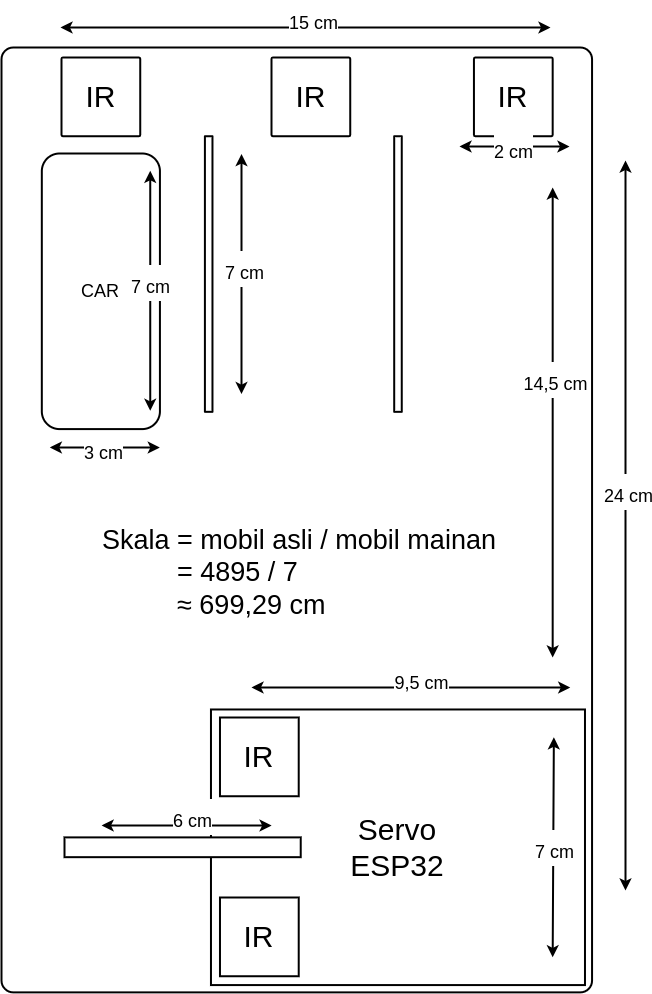
Before: project/img/sketch.png, a diagram exported from draw.io (syukrillah0108/Parkir). Source tidied: cells renumbered, new cells last; positions are measured from the earlier drawing's top-left corner, leaving out a move shared by most shapes. The source it was exported from:
```xml
<mxGraphModel>
  <root>
    <mxCell id="0" />
    <mxCell id="1" parent="0" />
    <mxCell id="2" style="rounded=1;whiteSpace=wrap;html=1;strokeWidth=2;arcSize=2;" parent="1" vertex="1">
      <mxGeometry y="20" width="590.5" height="944.9" as="geometry" />
    </mxCell>
    <mxCell id="3" value="IR" style="rounded=1;whiteSpace=wrap;html=1;strokeWidth=2;fontSize=30;arcSize=2;" parent="1" vertex="1">
      <mxGeometry x="60" y="30" width="78.7" height="78.7" as="geometry" />
    </mxCell>
    <mxCell id="4" value="Servo&lt;br&gt;ESP32" style="rounded=0;whiteSpace=wrap;html=1;strokeWidth=2;fontSize=30;" parent="1" vertex="1">
      <mxGeometry x="209.5" y="682" width="374" height="275.6" as="geometry" />
    </mxCell>
    <mxCell id="5" value="IR" style="rounded=0;whiteSpace=wrap;html=1;strokeWidth=2;fontSize=30;" parent="1" vertex="1">
      <mxGeometry x="218.5" y="690" width="78.7" height="78.7" as="geometry" />
    </mxCell>
    <mxCell id="6" style="rounded=0;whiteSpace=wrap;html=1;strokeWidth=2;fontSize=30;" parent="1" vertex="1">
      <mxGeometry x="63" y="809.9" width="236.2" height="19.8" as="geometry" />
    </mxCell>
    <mxCell id="7" style="rounded=1;whiteSpace=wrap;html=1;strokeWidth=2;fontSize=49;arcSize=2;" parent="1" vertex="1">
      <mxGeometry x="203.4" y="108.7" width="7.6" height="275.6" as="geometry" />
    </mxCell>
    <mxCell id="8" style="rounded=1;whiteSpace=wrap;html=1;strokeWidth=2;fontSize=49;arcSize=2;" parent="1" vertex="1">
      <mxGeometry x="392.7" y="108.7" width="7.6" height="275.6" as="geometry" />
    </mxCell>
    <mxCell id="9" value="IR" style="rounded=1;whiteSpace=wrap;html=1;strokeWidth=2;fontSize=30;arcSize=2;" parent="1" vertex="1">
      <mxGeometry x="270" y="30" width="78.7" height="78.7" as="geometry" />
    </mxCell>
    <mxCell id="10" value="IR" style="rounded=1;whiteSpace=wrap;html=1;strokeWidth=2;fontSize=30;arcSize=2;" parent="1" vertex="1">
      <mxGeometry x="472.4" y="30" width="78.7" height="78.7" as="geometry" />
    </mxCell>
    <mxCell id="11" style="endArrow=classic;startArrow=classic;html=1;fontSize=30;strokeWidth=2;" parent="1" edge="1">
      <mxGeometry relative="1" as="geometry">
        <mxPoint x="240" y="366.5" as="sourcePoint" />
        <mxPoint x="240" y="126.5" as="targetPoint" />
      </mxGeometry>
    </mxCell>
    <mxCell id="12" value="&lt;font style=&quot;font-size: 18px;&quot;&gt;7 cm&lt;/font&gt;" style="edgeLabel;html=1;align=center;verticalAlign=middle;fontSize=30;" parent="11" vertex="1">
      <mxGeometry x="0.33" y="-2" relative="1" as="geometry">
        <mxPoint y="33" as="offset" />
      </mxGeometry>
    </mxCell>
    <mxCell id="13" style="endArrow=classic;startArrow=classic;html=1;fontSize=30;strokeWidth=2;" parent="1" edge="1">
      <mxGeometry relative="1" as="geometry">
        <mxPoint x="568" y="119" as="sourcePoint" />
        <mxPoint x="458" y="119" as="targetPoint" />
      </mxGeometry>
    </mxCell>
    <mxCell id="14" value="&lt;font style=&quot;font-size: 18px;&quot;&gt;2 cm&lt;/font&gt;" style="edgeLabel;html=1;align=center;verticalAlign=middle;fontSize=30;" parent="13" vertex="1">
      <mxGeometry x="0.33" y="-2" relative="1" as="geometry">
        <mxPoint x="16" y="2" as="offset" />
      </mxGeometry>
    </mxCell>
    <mxCell id="15" style="endArrow=classic;startArrow=classic;html=1;fontSize=30;strokeWidth=2;" parent="1" edge="1">
      <mxGeometry relative="1" as="geometry">
        <mxPoint x="549" as="sourcePoint" />
        <mxPoint x="59" as="targetPoint" />
      </mxGeometry>
    </mxCell>
    <mxCell id="16" value="&lt;font style=&quot;font-size: 18px;&quot;&gt;15 cm&lt;/font&gt;" style="edgeLabel;html=1;align=center;verticalAlign=middle;fontSize=30;" parent="15" vertex="1">
      <mxGeometry x="0.33" y="-2" relative="1" as="geometry">
        <mxPoint x="88" y="-8" as="offset" />
      </mxGeometry>
    </mxCell>
    <mxCell id="17" style="endArrow=classic;startArrow=classic;html=1;fontSize=30;strokeWidth=2;" parent="1" edge="1">
      <mxGeometry relative="1" as="geometry">
        <mxPoint x="624" y="863" as="sourcePoint" />
        <mxPoint x="624" y="133" as="targetPoint" />
      </mxGeometry>
    </mxCell>
    <mxCell id="18" value="&lt;font style=&quot;font-size: 18px;&quot;&gt;24 cm&lt;/font&gt;" style="edgeLabel;html=1;align=center;verticalAlign=middle;fontSize=30;" parent="17" vertex="1">
      <mxGeometry x="0.33" y="-2" relative="1" as="geometry">
        <mxPoint y="85" as="offset" />
      </mxGeometry>
    </mxCell>
    <mxCell id="19" style="endArrow=classic;startArrow=classic;html=1;fontSize=30;strokeWidth=2;" parent="1" edge="1">
      <mxGeometry relative="1" as="geometry">
        <mxPoint x="568.7" y="660" as="sourcePoint" />
        <mxPoint x="250" y="660" as="targetPoint" />
      </mxGeometry>
    </mxCell>
    <mxCell id="20" value="&lt;font style=&quot;font-size: 18px;&quot;&gt;9,5 cm&lt;/font&gt;" style="edgeLabel;html=1;align=center;verticalAlign=middle;fontSize=30;" parent="19" vertex="1">
      <mxGeometry x="0.33" y="-2" relative="1" as="geometry">
        <mxPoint x="63" y="-8" as="offset" />
      </mxGeometry>
    </mxCell>
    <mxCell id="21" style="endArrow=classic;startArrow=classic;html=1;fontSize=30;strokeWidth=2;" parent="1" edge="1">
      <mxGeometry relative="1" as="geometry">
        <mxPoint x="551.2" y="630" as="sourcePoint" />
        <mxPoint x="551.2" y="160" as="targetPoint" />
      </mxGeometry>
    </mxCell>
    <mxCell id="22" value="&lt;font style=&quot;font-size: 18px;&quot;&gt;14,5 cm&lt;/font&gt;" style="edgeLabel;html=1;align=center;verticalAlign=middle;fontSize=30;" parent="21" vertex="1">
      <mxGeometry x="0.33" y="-2" relative="1" as="geometry">
        <mxPoint y="33" as="offset" />
      </mxGeometry>
    </mxCell>
    <mxCell id="23" style="endArrow=classic;startArrow=classic;html=1;fontSize=30;strokeWidth=2;" parent="1" edge="1">
      <mxGeometry relative="1" as="geometry">
        <mxPoint x="270.1" y="798" as="sourcePoint" />
        <mxPoint x="100.1" y="798" as="targetPoint" />
      </mxGeometry>
    </mxCell>
    <mxCell id="24" value="&lt;font style=&quot;font-size: 18px;&quot;&gt;6 cm&lt;/font&gt;" style="edgeLabel;html=1;align=center;verticalAlign=middle;fontSize=30;" parent="23" vertex="1">
      <mxGeometry x="0.33" y="-2" relative="1" as="geometry">
        <mxPoint x="33" y="-8" as="offset" />
      </mxGeometry>
    </mxCell>
    <mxCell id="25" style="endArrow=classic;startArrow=classic;html=1;fontSize=30;strokeWidth=2;" parent="1" edge="1">
      <mxGeometry relative="1" as="geometry">
        <mxPoint x="552.4" y="709.8" as="sourcePoint" />
        <mxPoint x="551.2" y="929.8" as="targetPoint" />
      </mxGeometry>
    </mxCell>
    <mxCell id="26" value="&lt;font style=&quot;font-size: 18px;&quot;&gt;7 cm&lt;/font&gt;" style="edgeLabel;html=1;align=center;verticalAlign=middle;fontSize=30;" parent="25" vertex="1">
      <mxGeometry x="0.33" y="-2" relative="1" as="geometry">
        <mxPoint x="3" y="-36" as="offset" />
      </mxGeometry>
    </mxCell>
    <mxCell id="27" value="CAR" style="rounded=1;whiteSpace=wrap;html=1;fontSize=18;strokeWidth=2;" parent="1" vertex="1">
      <mxGeometry x="40.3" y="126" width="118.1" height="275.6" as="geometry" />
    </mxCell>
    <mxCell id="28" style="endArrow=classic;startArrow=classic;html=1;fontSize=30;strokeWidth=2;" parent="1" edge="1">
      <mxGeometry relative="1" as="geometry">
        <mxPoint x="158.3" y="420" as="sourcePoint" />
        <mxPoint x="48.3" y="420" as="targetPoint" />
      </mxGeometry>
    </mxCell>
    <mxCell id="29" value="&lt;font style=&quot;font-size: 18px;&quot;&gt;3 cm&lt;/font&gt;" style="edgeLabel;html=1;align=center;verticalAlign=middle;fontSize=30;" parent="28" vertex="1">
      <mxGeometry x="0.33" y="-2" relative="1" as="geometry">
        <mxPoint x="16" y="2" as="offset" />
      </mxGeometry>
    </mxCell>
    <mxCell id="30" style="endArrow=classic;startArrow=classic;html=1;fontSize=30;strokeWidth=2;" parent="1" edge="1">
      <mxGeometry relative="1" as="geometry">
        <mxPoint x="148.7" y="383.3" as="sourcePoint" />
        <mxPoint x="148.7" y="143.3" as="targetPoint" />
      </mxGeometry>
    </mxCell>
    <mxCell id="31" value="&lt;font style=&quot;font-size: 18px;&quot;&gt;7 cm&lt;/font&gt;" style="edgeLabel;html=1;align=center;verticalAlign=middle;fontSize=30;" parent="30" vertex="1">
      <mxGeometry x="0.33" y="-2" relative="1" as="geometry">
        <mxPoint x="-2" y="30" as="offset" />
      </mxGeometry>
    </mxCell>
    <mxCell id="32" value="IR" style="rounded=0;whiteSpace=wrap;html=1;strokeWidth=2;fontSize=30;" parent="1" vertex="1">
      <mxGeometry x="218.5" y="870" width="78.7" height="78.7" as="geometry" />
    </mxCell>
    <mxCell id="33" value="&lt;font style=&quot;font-size: 27px;&quot;&gt;Skala = mobil asli / mobil mainan&lt;br&gt;&amp;nbsp; &amp;nbsp; &amp;nbsp; &amp;nbsp; &amp;nbsp; = 4895 / 7&lt;br&gt;&amp;nbsp; &amp;nbsp; &amp;nbsp; &amp;nbsp; &amp;nbsp; &lt;span class=&quot;math math-inline&quot;&gt;&lt;span class=&quot;katex&quot;&gt;&lt;span aria-hidden=&quot;true&quot; class=&quot;katex-html&quot;&gt;&lt;span class=&quot;base&quot;&gt;&lt;span class=&quot;mrel&quot;&gt;≈&lt;/span&gt;&lt;span style=&quot;margin-right: 0.2778em;&quot; class=&quot;mspace&quot;&gt;&lt;/span&gt;&lt;/span&gt;&lt;span class=&quot;base&quot;&gt;&lt;span style=&quot;height: 0.6444em;&quot; class=&quot;strut&quot;&gt;&lt;/span&gt;&lt;span class=&quot;mord&quot;&gt;699,29 cm&lt;/span&gt;&lt;/span&gt;&lt;/span&gt;&lt;/span&gt;&lt;/span&gt;&lt;/font&gt;" style="text;html=1;align=left;verticalAlign=middle;strokeColor=none;fillColor=none;fontSize=18;" parent="1" vertex="1">
      <mxGeometry x="99.4" y="490" width="420" height="110" as="geometry" />
    </mxCell>
  </root>
</mxGraphModel>
```
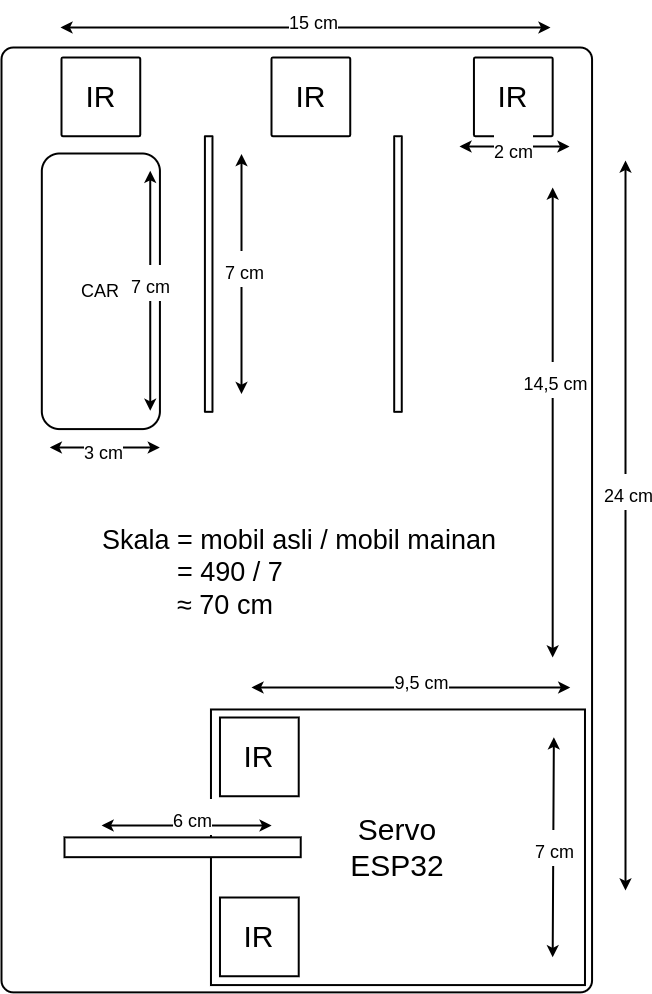
The same diagram one commit later.

The edit, as a diff of the source:
```diff
@@ -145,7 +145,7 @@
     <mxCell id="32" value="IR" style="rounded=0;whiteSpace=wrap;html=1;strokeWidth=2;fontSize=30;" parent="1" vertex="1">
       <mxGeometry x="218.5" y="870" width="78.7" height="78.7" as="geometry" />
     </mxCell>
-    <mxCell id="33" value="&lt;font style=&quot;font-size: 27px;&quot;&gt;Skala = mobil asli / mobil mainan&lt;br&gt;&amp;nbsp; &amp;nbsp; &amp;nbsp; &amp;nbsp; &amp;nbsp; = 4895 / 7&lt;br&gt;&amp;nbsp; &amp;nbsp; &amp;nbsp; &amp;nbsp; &amp;nbsp; &lt;span class=&quot;math math-inline&quot;&gt;&lt;span class=&quot;katex&quot;&gt;&lt;span aria-hidden=&quot;true&quot; class=&quot;katex-html&quot;&gt;&lt;span class=&quot;base&quot;&gt;&lt;span class=&quot;mrel&quot;&gt;≈&lt;/span&gt;&lt;span style=&quot;margin-right: 0.2778em;&quot; class=&quot;mspace&quot;&gt;&lt;/span&gt;&lt;/span&gt;&lt;span class=&quot;base&quot;&gt;&lt;span style=&quot;height: 0.6444em;&quot; class=&quot;strut&quot;&gt;&lt;/span&gt;&lt;span class=&quot;mord&quot;&gt;699,29 cm&lt;/span&gt;&lt;/span&gt;&lt;/span&gt;&lt;/span&gt;&lt;/span&gt;&lt;/font&gt;" style="text;html=1;align=left;verticalAlign=middle;strokeColor=none;fillColor=none;fontSize=18;" parent="1" vertex="1">
+    <mxCell id="33" value="&lt;font style=&quot;font-size: 27px;&quot;&gt;Skala = mobil asli / mobil mainan&lt;br&gt;&amp;nbsp; &amp;nbsp; &amp;nbsp; &amp;nbsp; &amp;nbsp; = 490 / 7&lt;br&gt;&amp;nbsp; &amp;nbsp; &amp;nbsp; &amp;nbsp; &amp;nbsp; &lt;span class=&quot;math math-inline&quot;&gt;&lt;span class=&quot;katex&quot;&gt;&lt;span aria-hidden=&quot;true&quot; class=&quot;katex-html&quot;&gt;&lt;span class=&quot;base&quot;&gt;&lt;span class=&quot;mrel&quot;&gt;≈ 70&lt;/span&gt;&lt;/span&gt;&lt;span class=&quot;base&quot;&gt;&lt;span class=&quot;mord&quot;&gt;&amp;nbsp;cm&lt;/span&gt;&lt;/span&gt;&lt;/span&gt;&lt;/span&gt;&lt;/span&gt;&lt;/font&gt;" style="text;html=1;align=left;verticalAlign=middle;strokeColor=none;fillColor=none;fontSize=18;" parent="1" vertex="1">
       <mxGeometry x="99.4" y="490" width="420" height="110" as="geometry" />
     </mxCell>
   </root>
```
